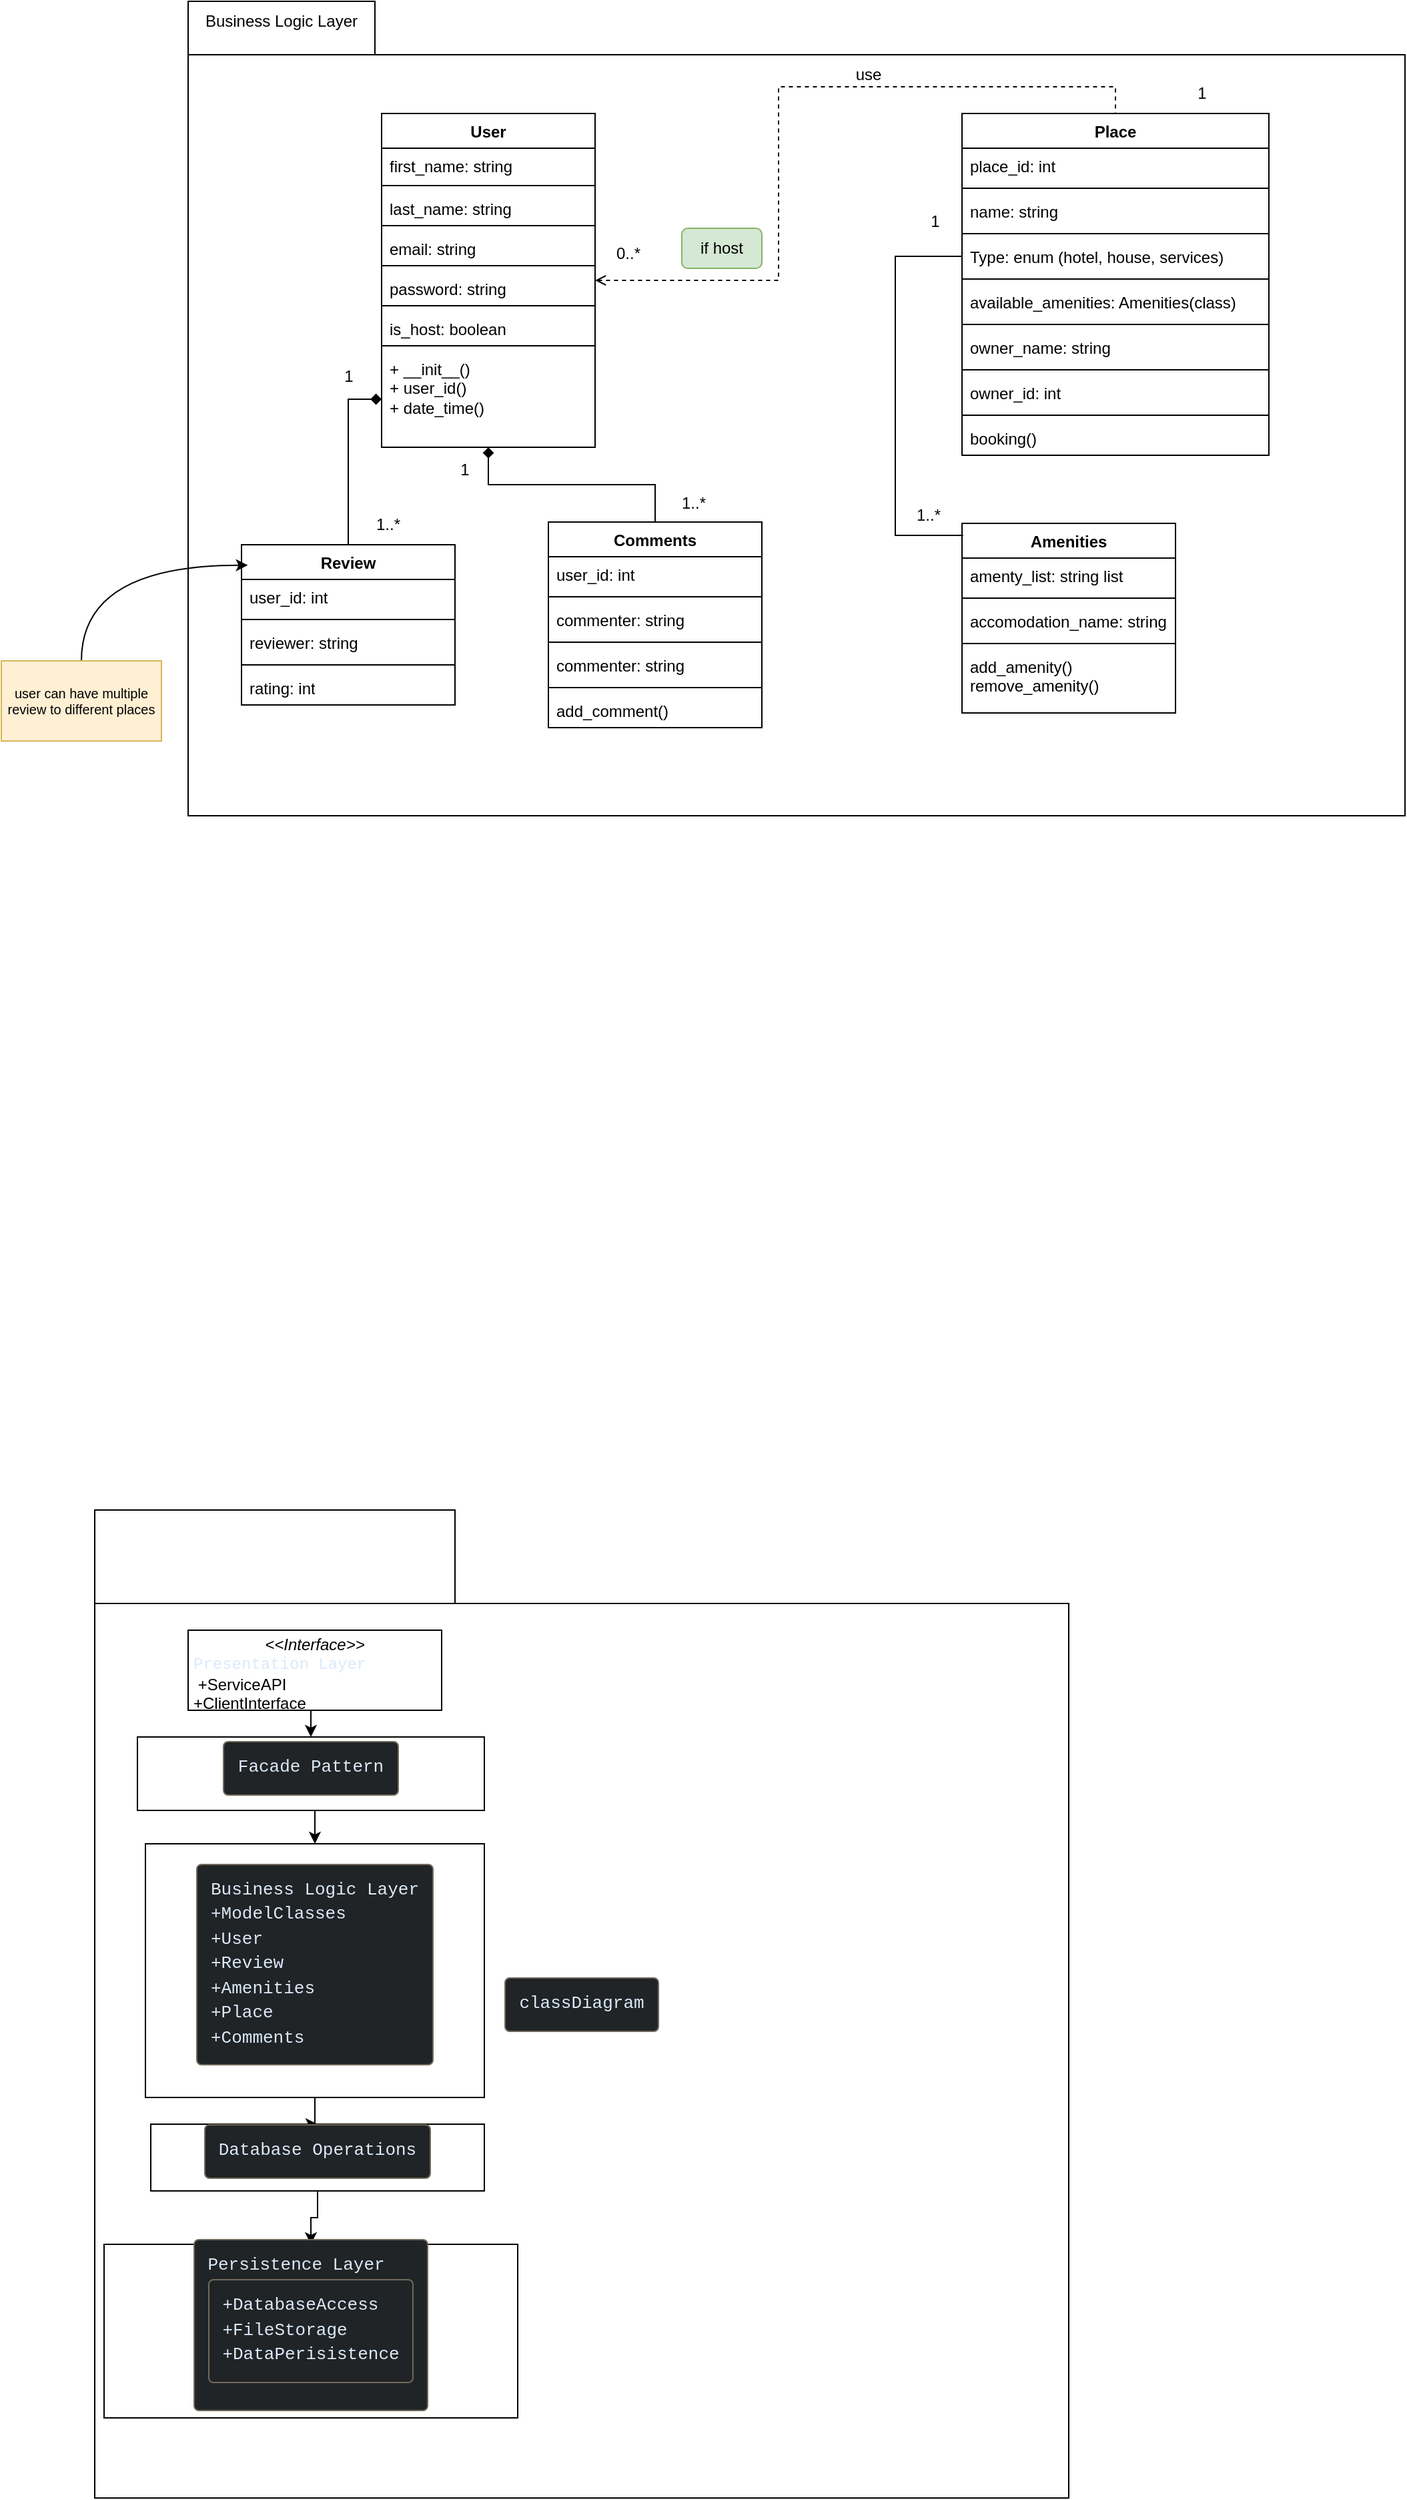
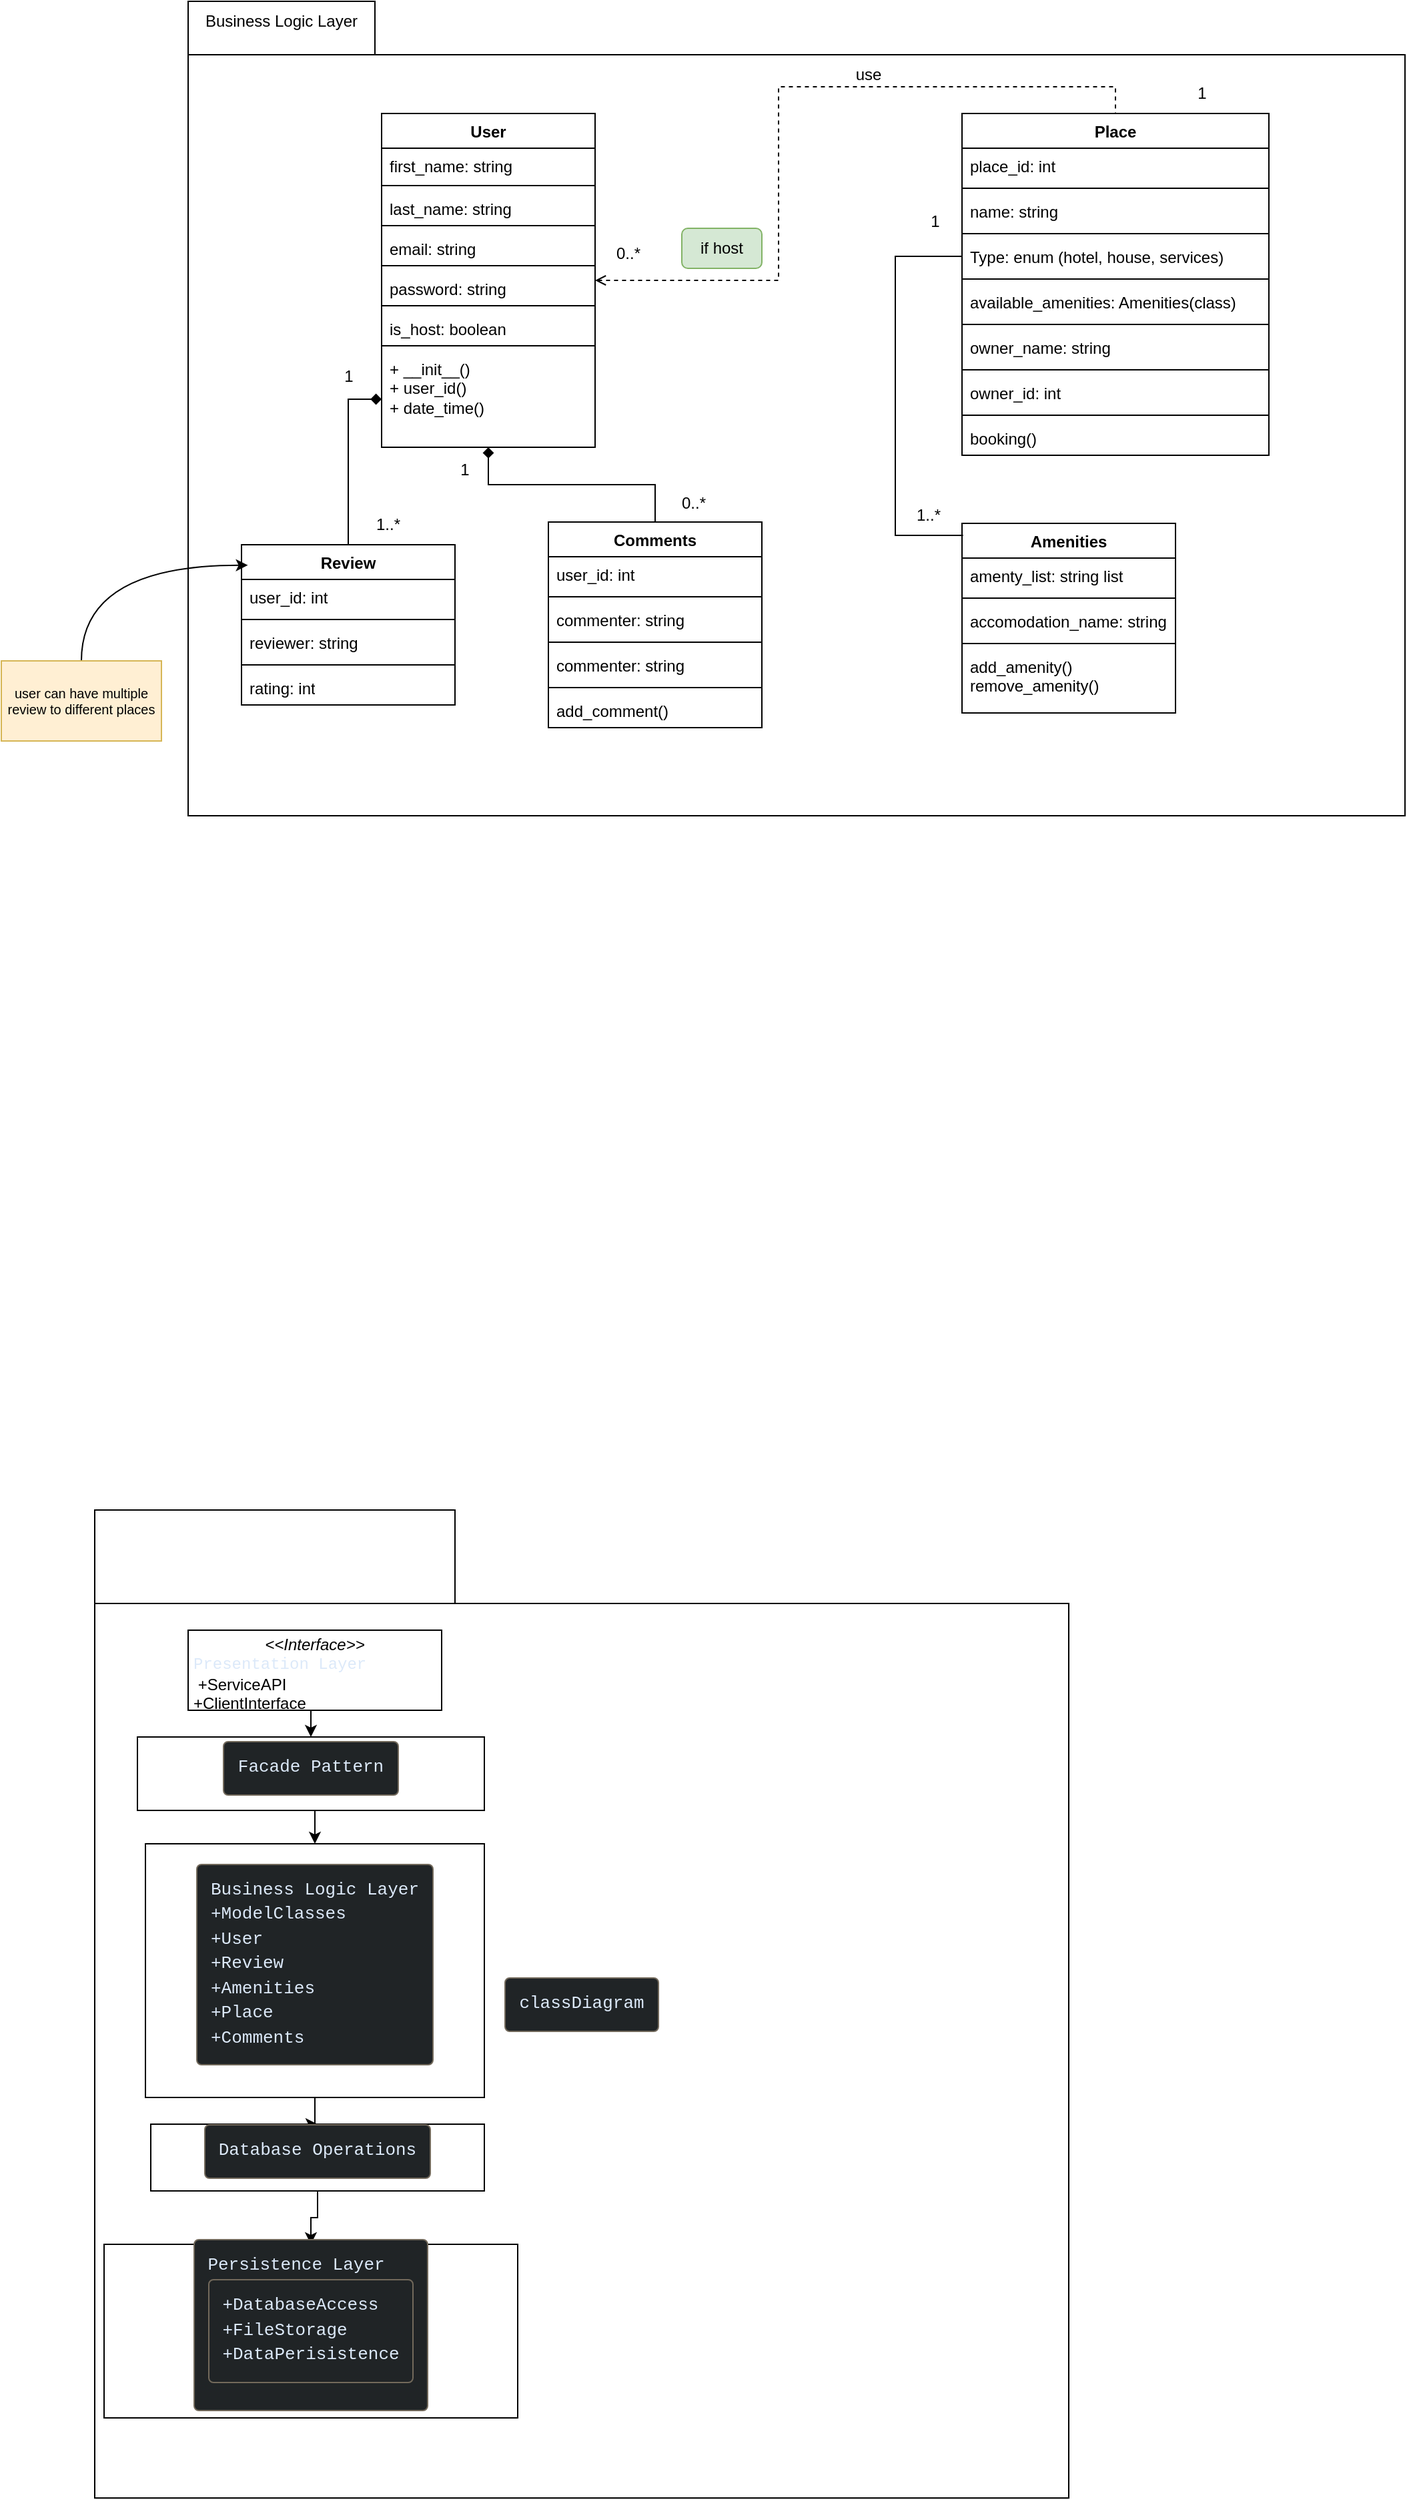
<mxfile host="app.diagrams.net">
  <diagram id="ltbA6WWBp3LRaSq-5ORm" name="Page-1">
-     <mxGraphModel dx="714" dy="1591" grid="1" gridSize="10" guides="1" tooltips="1" connect="1" arrows="1" fold="1" page="1" pageScale="1" pageWidth="850" pageHeight="1100" math="0" shadow="0">
+     <mxGraphModel dx="1283" dy="1726" grid="1" gridSize="10" guides="1" tooltips="1" connect="1" arrows="1" fold="1" page="1" pageScale="1" pageWidth="850" pageHeight="1100" math="0" shadow="0">
      <root>
        <mxCell id="0" />
        <mxCell id="1" parent="0" />
        <mxCell id="G2LW6t1l3yR2lz-vioTT-1" parent="1" style="shape=folder;fontStyle=1;spacingTop=10;tabWidth=140;tabHeight=40;tabPosition=left;html=1;whiteSpace=wrap;" value="" vertex="1">
          <mxGeometry height="610" width="912" x="180" y="-450" as="geometry" />
        </mxCell>
        <mxCell id="Qc-xl6jv6DDGC1pgQnW8-32" parent="1" style="rounded=1;whiteSpace=wrap;html=1;fillColor=#d5e8d4;strokeColor=#82b366;" value="if host" vertex="1">
          <mxGeometry height="30" width="60" x="550" y="-280" as="geometry" />
        </mxCell>
        <mxCell id="Qc-xl6jv6DDGC1pgQnW8-27" edge="1" parent="1" source="TRXBdDGxTs-NISdQ8IEX-1" style="edgeStyle=orthogonalEdgeStyle;rounded=0;orthogonalLoop=1;jettySize=auto;html=1;endArrow=none;endFill=0;startArrow=diamond;startFill=1;" target="TRXBdDGxTs-NISdQ8IEX-35">
          <mxGeometry relative="1" as="geometry" />
        </mxCell>
        <mxCell id="Qc-xl6jv6DDGC1pgQnW8-29" edge="1" parent="1" source="TRXBdDGxTs-NISdQ8IEX-1" style="edgeStyle=orthogonalEdgeStyle;rounded=0;orthogonalLoop=1;jettySize=auto;html=1;entryX=0.5;entryY=0;entryDx=0;entryDy=0;endArrow=none;endFill=0;dashed=1;startArrow=open;startFill=0;" target="TRXBdDGxTs-NISdQ8IEX-27">
          <mxGeometry relative="1" as="geometry" />
        </mxCell>
        <mxCell id="TRXBdDGxTs-NISdQ8IEX-1" parent="1" style="swimlane;fontStyle=1;align=center;verticalAlign=top;childLayout=stackLayout;horizontal=1;startSize=26;horizontalStack=0;resizeParent=1;resizeParentMax=0;resizeLast=0;collapsible=1;marginBottom=0;whiteSpace=wrap;html=1;" value="User" vertex="1">
          <mxGeometry height="250" width="160" x="325" y="-366" as="geometry" />
        </mxCell>
        <mxCell id="TRXBdDGxTs-NISdQ8IEX-2" parent="TRXBdDGxTs-NISdQ8IEX-1" style="text;strokeColor=none;fillColor=none;align=left;verticalAlign=top;spacingLeft=4;spacingRight=4;overflow=hidden;rotatable=0;points=[[0,0.5],[1,0.5]];portConstraint=eastwest;whiteSpace=wrap;html=1;" value="first_name: string&lt;div&gt;&lt;br&gt;&lt;/div&gt;" vertex="1">
          <mxGeometry height="24" width="160" y="26" as="geometry" />
        </mxCell>
        <mxCell id="TRXBdDGxTs-NISdQ8IEX-3" parent="TRXBdDGxTs-NISdQ8IEX-1" style="line;strokeWidth=1;fillColor=none;align=left;verticalAlign=middle;spacingTop=-1;spacingLeft=3;spacingRight=3;rotatable=0;labelPosition=right;points=[];portConstraint=eastwest;strokeColor=inherit;" value="" vertex="1">
          <mxGeometry height="8" width="160" y="50" as="geometry" />
        </mxCell>
        <mxCell id="TRXBdDGxTs-NISdQ8IEX-4" parent="TRXBdDGxTs-NISdQ8IEX-1" style="text;strokeColor=none;fillColor=none;align=left;verticalAlign=top;spacingLeft=4;spacingRight=4;overflow=hidden;rotatable=0;points=[[0,0.5],[1,0.5]];portConstraint=eastwest;whiteSpace=wrap;html=1;" value="&lt;div&gt;last_name: string&lt;/div&gt;" vertex="1">
          <mxGeometry height="22" width="160" y="58" as="geometry" />
        </mxCell>
        <mxCell id="TRXBdDGxTs-NISdQ8IEX-5" parent="TRXBdDGxTs-NISdQ8IEX-1" style="line;strokeWidth=1;fillColor=none;align=left;verticalAlign=middle;spacingTop=-1;spacingLeft=3;spacingRight=3;rotatable=0;labelPosition=right;points=[];portConstraint=eastwest;strokeColor=inherit;" value="" vertex="1">
          <mxGeometry height="8" width="160" y="80" as="geometry" />
        </mxCell>
        <mxCell id="TRXBdDGxTs-NISdQ8IEX-6" parent="TRXBdDGxTs-NISdQ8IEX-1" style="text;strokeColor=none;fillColor=none;align=left;verticalAlign=top;spacingLeft=4;spacingRight=4;overflow=hidden;rotatable=0;points=[[0,0.5],[1,0.5]];portConstraint=eastwest;whiteSpace=wrap;html=1;" value="&lt;div&gt;email: string&lt;/div&gt;" vertex="1">
          <mxGeometry height="22" width="160" y="88" as="geometry" />
        </mxCell>
        <mxCell id="TRXBdDGxTs-NISdQ8IEX-7" parent="TRXBdDGxTs-NISdQ8IEX-1" style="line;strokeWidth=1;fillColor=none;align=left;verticalAlign=middle;spacingTop=-1;spacingLeft=3;spacingRight=3;rotatable=0;labelPosition=right;points=[];portConstraint=eastwest;strokeColor=inherit;" value="" vertex="1">
          <mxGeometry height="8" width="160" y="110" as="geometry" />
        </mxCell>
        <mxCell id="TRXBdDGxTs-NISdQ8IEX-8" parent="TRXBdDGxTs-NISdQ8IEX-1" style="text;strokeColor=none;fillColor=none;align=left;verticalAlign=top;spacingLeft=4;spacingRight=4;overflow=hidden;rotatable=0;points=[[0,0.5],[1,0.5]];portConstraint=eastwest;whiteSpace=wrap;html=1;" value="&lt;div&gt;password: string&lt;/div&gt;" vertex="1">
          <mxGeometry height="22" width="160" y="118" as="geometry" />
        </mxCell>
        <mxCell id="TRXBdDGxTs-NISdQ8IEX-9" parent="TRXBdDGxTs-NISdQ8IEX-1" style="line;strokeWidth=1;fillColor=none;align=left;verticalAlign=middle;spacingTop=-1;spacingLeft=3;spacingRight=3;rotatable=0;labelPosition=right;points=[];portConstraint=eastwest;strokeColor=inherit;" value="" vertex="1">
          <mxGeometry height="8" width="160" y="140" as="geometry" />
        </mxCell>
        <mxCell id="TRXBdDGxTs-NISdQ8IEX-10" parent="TRXBdDGxTs-NISdQ8IEX-1" style="text;strokeColor=none;fillColor=none;align=left;verticalAlign=top;spacingLeft=4;spacingRight=4;overflow=hidden;rotatable=0;points=[[0,0.5],[1,0.5]];portConstraint=eastwest;whiteSpace=wrap;html=1;" value="&lt;div&gt;is_host: boolean&lt;/div&gt;" vertex="1">
          <mxGeometry height="22" width="160" y="148" as="geometry" />
        </mxCell>
        <mxCell id="TRXBdDGxTs-NISdQ8IEX-11" parent="TRXBdDGxTs-NISdQ8IEX-1" style="line;strokeWidth=1;fillColor=none;align=left;verticalAlign=middle;spacingTop=-1;spacingLeft=3;spacingRight=3;rotatable=0;labelPosition=right;points=[];portConstraint=eastwest;strokeColor=inherit;" value="" vertex="1">
          <mxGeometry height="8" width="160" y="170" as="geometry" />
        </mxCell>
        <mxCell id="TRXBdDGxTs-NISdQ8IEX-12" parent="TRXBdDGxTs-NISdQ8IEX-1" style="text;strokeColor=none;fillColor=none;align=left;verticalAlign=top;spacingLeft=4;spacingRight=4;overflow=hidden;rotatable=0;points=[[0,0.5],[1,0.5]];portConstraint=eastwest;whiteSpace=wrap;html=1;" value="+ __init__()&lt;div&gt;+ user_id()&lt;/div&gt;&lt;div&gt;+ date_time()&lt;/div&gt;" vertex="1">
          <mxGeometry height="72" width="160" y="178" as="geometry" />
        </mxCell>
        <mxCell id="TRXBdDGxTs-NISdQ8IEX-13" parent="1" style="shape=folder;fontStyle=1;spacingTop=10;tabWidth=270;tabHeight=70;tabPosition=left;html=1;whiteSpace=wrap;" value="&lt;pre style=&quot;box-sizing: border-box; overflow: auto; font-family: Menlo, Monaco, Consolas, &amp;quot;Courier New&amp;quot;, monospace; font-size: 13px; margin: 0px 0px 10px; line-height: 1.42857; color: rgb(220, 233, 249); word-break: break-all; overflow-wrap: break-word; border-width: 1px; border-style: solid; border-image: initial; scrollbar-color: rgb(95, 99, 104) rgb(49, 54, 60); font-weight: 400; text-align: start; padding: 10px !important; background-color: rgb(32, 36, 38) !important; border-color: rgb(114, 105, 91) !important; border-radius: 4px !important;&quot;&gt;&lt;code class=&quot;mermaid language-mermaid&quot; style=&quot;box-sizing: border-box; font-family: Menlo, Monaco, Consolas, &amp;quot;Courier New&amp;quot;, monospace; font-size: inherit; padding: 0px; border-radius: 0px; white-space: pre-wrap; scrollbar-color: rgb(95, 99, 104) rgb(49, 54, 60); background-color: transparent !important;&quot;&gt;classDiagram&lt;/code&gt;&lt;/pre&gt;" vertex="1">
          <mxGeometry height="740" width="730" x="110" y="680" as="geometry" />
        </mxCell>
        <mxCell id="TRXBdDGxTs-NISdQ8IEX-14" edge="1" parent="1" source="TRXBdDGxTs-NISdQ8IEX-20" style="edgeStyle=orthogonalEdgeStyle;rounded=0;orthogonalLoop=1;jettySize=auto;html=1;exitX=0.5;exitY=1;exitDx=0;exitDy=0;entryX=0.5;entryY=0;entryDx=0;entryDy=0;" target="TRXBdDGxTs-NISdQ8IEX-17">
          <mxGeometry relative="1" as="geometry" />
        </mxCell>
        <mxCell id="TRXBdDGxTs-NISdQ8IEX-15" parent="1" style="verticalAlign=top;align=left;overflow=fill;html=1;whiteSpace=wrap;" value="&lt;p style=&quot;margin:0px;margin-top:4px;text-align:center;&quot;&gt;&lt;i&gt;&amp;lt;&amp;lt;Interface&amp;gt;&amp;gt;&lt;/i&gt;&lt;br&gt;&lt;/p&gt;&lt;p style=&quot;margin:0px;margin-left:4px;&quot;&gt;&lt;span style=&quot;background-color: transparent; font-family: Menlo, Monaco, Consolas, &amp;quot;Courier New&amp;quot;, monospace; font-size: inherit; white-space: pre-wrap; color: rgb(220, 233, 249); --dm-inline-bgcolor: transparent;&quot; data-dm-inline-bgcolor=&quot;&quot;&gt;Presentation Layer&lt;/span&gt;&lt;/p&gt;&lt;p style=&quot;margin:0px;margin-left:4px;&quot;&gt;&amp;nbsp;+ServiceAPI&lt;br&gt;+ClientInterface&lt;/p&gt;" vertex="1">
          <mxGeometry height="60" width="190" x="180" y="770" as="geometry" />
        </mxCell>
        <mxCell id="TRXBdDGxTs-NISdQ8IEX-16" edge="1" parent="1" source="TRXBdDGxTs-NISdQ8IEX-22" style="edgeStyle=orthogonalEdgeStyle;rounded=0;orthogonalLoop=1;jettySize=auto;html=1;exitX=0.5;exitY=1;exitDx=0;exitDy=0;" target="TRXBdDGxTs-NISdQ8IEX-18">
          <mxGeometry relative="1" as="geometry" />
        </mxCell>
        <mxCell id="TRXBdDGxTs-NISdQ8IEX-17" parent="1" style="html=1;whiteSpace=wrap;" value="&lt;pre style=&quot;box-sizing: border-box; overflow: auto; font-family: Menlo, Monaco, Consolas, &amp;quot;Courier New&amp;quot;, monospace; font-size: 13px; margin: 0px 0px 10px; line-height: 1.42857; color: rgb(220, 233, 249); word-break: break-all; overflow-wrap: break-word; border: 1px solid rgb(114, 105, 91); scrollbar-color: rgb(95, 99, 104) rgb(49, 54, 60); text-align: start; background-color: rgb(32, 36, 38); padding: 10px !important; border-radius: 4px !important;&quot;&gt;&lt;code class=&quot;mermaid language-mermaid&quot; style=&quot;box-sizing: border-box; font-family: Menlo, Monaco, Consolas, &amp;quot;Courier New&amp;quot;, monospace; font-size: inherit; padding: 0px; border-radius: 0px; white-space: pre-wrap; scrollbar-color: rgb(95, 99, 104) rgb(49, 54, 60); background-color: transparent !important; --dm-inline-bgcolor: transparent;&quot; data-dm-inline-bgcolor=&quot;&quot;&gt;Business Logic Layer&lt;br&gt;+&lt;/code&gt;ModelClasses&lt;br&gt;+User&lt;br&gt;+Review&lt;br&gt;+Amenities&lt;br&gt;+Place&lt;br&gt;+Comments&lt;/pre&gt;" vertex="1">
          <mxGeometry height="190" width="254" x="148" y="930" as="geometry" />
        </mxCell>
        <mxCell id="TRXBdDGxTs-NISdQ8IEX-18" parent="1" style="html=1;whiteSpace=wrap;" value="&lt;pre style=&quot;box-sizing: border-box; overflow: auto; font-family: Menlo, Monaco, Consolas, &amp;quot;Courier New&amp;quot;, monospace; font-size: 13px; margin: 0px 0px 10px; line-height: 1.42857; color: rgb(220, 233, 249); word-break: break-all; overflow-wrap: break-word; border: 1px solid rgb(114, 105, 91); scrollbar-color: rgb(95, 99, 104) rgb(49, 54, 60); text-align: start; background-color: rgb(32, 36, 38); padding: 10px !important; border-radius: 4px !important;&quot;&gt;&lt;code class=&quot;mermaid language-mermaid&quot; style=&quot;box-sizing: border-box; font-family: Menlo, Monaco, Consolas, &amp;quot;Courier New&amp;quot;, monospace; font-size: inherit; padding: 0px; border-radius: 0px; white-space: pre-wrap; scrollbar-color: rgb(95, 99, 104) rgb(49, 54, 60); background-color: transparent !important; --dm-inline-bgcolor: transparent;&quot; data-dm-inline-bgcolor=&quot;&quot;&gt;Persistence Layer&lt;br&gt;&lt;pre style=&quot;box-sizing: border-box; overflow: auto; font-family: Menlo, Monaco, Consolas, &amp;quot;Courier New&amp;quot;, monospace; margin: 0px 0px 10px; line-height: 1.42857; color: rgb(220, 233, 249); word-break: break-all; overflow-wrap: break-word; border: 1px solid rgb(114, 105, 91); scrollbar-color: rgb(95, 99, 104) rgb(49, 54, 60); background-color: rgb(32, 36, 38); padding: 10px !important; border-radius: 4px !important;&quot;&gt;&lt;code class=&quot;mermaid language-mermaid&quot; style=&quot;box-sizing: border-box; font-family: Menlo, Monaco, Consolas, &amp;quot;Courier New&amp;quot;, monospace; font-size: inherit; padding: 0px; border-radius: 0px; white-space: pre-wrap; scrollbar-color: rgb(95, 99, 104) rgb(49, 54, 60); background-color: transparent !important; --dm-inline-bgcolor: transparent;&quot; data-dm-inline-bgcolor=&quot;&quot;&gt;+DatabaseAccess&lt;br&gt;+FileStorage&lt;br&gt;+DataPerisistence&lt;/code&gt;&lt;/pre&gt;&lt;/code&gt;&lt;/pre&gt;" vertex="1">
          <mxGeometry height="130" width="310" x="117" y="1230" as="geometry" />
        </mxCell>
        <mxCell id="TRXBdDGxTs-NISdQ8IEX-19" edge="1" parent="1" source="TRXBdDGxTs-NISdQ8IEX-15" style="edgeStyle=orthogonalEdgeStyle;rounded=0;orthogonalLoop=1;jettySize=auto;html=1;exitX=0.5;exitY=1;exitDx=0;exitDy=0;entryX=0.5;entryY=0;entryDx=0;entryDy=0;" target="TRXBdDGxTs-NISdQ8IEX-20" value="">
          <mxGeometry relative="1" as="geometry">
            <mxPoint x="275" y="830" as="sourcePoint" />
            <mxPoint x="275" y="930" as="targetPoint" />
          </mxGeometry>
        </mxCell>
        <mxCell id="TRXBdDGxTs-NISdQ8IEX-20" parent="1" style="html=1;whiteSpace=wrap;" value="&lt;pre style=&quot;box-sizing: border-box; overflow: auto; font-family: Menlo, Monaco, Consolas, &amp;quot;Courier New&amp;quot;, monospace; font-size: 13px; margin: 0px 0px 10px; line-height: 1.42857; color: rgb(220, 233, 249); word-break: break-all; overflow-wrap: break-word; border-width: 1px; border-style: solid; border-image: initial; scrollbar-color: rgb(95, 99, 104) rgb(49, 54, 60); text-align: start; padding: 10px !important; background-color: rgb(32, 36, 38) !important; border-color: rgb(114, 105, 91) !important; border-radius: 4px !important;&quot;&gt;&lt;code class=&quot;mermaid language-mermaid&quot; style=&quot;box-sizing: border-box; font-family: Menlo, Monaco, Consolas, &amp;quot;Courier New&amp;quot;, monospace; font-size: inherit; padding: 0px; border-radius: 0px; white-space: pre-wrap; scrollbar-color: rgb(95, 99, 104) rgb(49, 54, 60); background-color: transparent !important;&quot;&gt;Facade Pattern&lt;/code&gt;&lt;/pre&gt;" vertex="1">
          <mxGeometry height="55" width="260" x="142" y="850" as="geometry" />
        </mxCell>
        <mxCell id="TRXBdDGxTs-NISdQ8IEX-21" edge="1" parent="1" source="TRXBdDGxTs-NISdQ8IEX-17" style="edgeStyle=orthogonalEdgeStyle;rounded=0;orthogonalLoop=1;jettySize=auto;html=1;exitX=0.5;exitY=1;exitDx=0;exitDy=0;" target="TRXBdDGxTs-NISdQ8IEX-22" value="">
          <mxGeometry relative="1" as="geometry">
            <mxPoint x="275" y="1120" as="sourcePoint" />
            <mxPoint x="275" y="1190" as="targetPoint" />
          </mxGeometry>
        </mxCell>
        <mxCell id="TRXBdDGxTs-NISdQ8IEX-22" parent="1" style="html=1;whiteSpace=wrap;" value="&lt;pre style=&quot;box-sizing: border-box; overflow: auto; font-family: Menlo, Monaco, Consolas, &amp;quot;Courier New&amp;quot;, monospace; font-size: 13px; margin: 0px 0px 10px; line-height: 1.42857; color: rgb(220, 233, 249); word-break: break-all; overflow-wrap: break-word; border-width: 1px; border-style: solid; border-image: initial; scrollbar-color: rgb(95, 99, 104) rgb(49, 54, 60); text-align: start; padding: 10px !important; background-color: rgb(32, 36, 38) !important; border-color: rgb(114, 105, 91) !important; border-radius: 4px !important;&quot;&gt;&lt;code class=&quot;mermaid language-mermaid&quot; style=&quot;box-sizing: border-box; font-family: Menlo, Monaco, Consolas, &amp;quot;Courier New&amp;quot;, monospace; font-size: inherit; padding: 0px; border-radius: 0px; white-space: pre-wrap; scrollbar-color: rgb(95, 99, 104) rgb(49, 54, 60); background-color: transparent !important;&quot;&gt;Database Operations&lt;/code&gt;&lt;/pre&gt;" vertex="1">
          <mxGeometry height="50" width="250" x="152" y="1140" as="geometry" />
        </mxCell>
        <mxCell id="TRXBdDGxTs-NISdQ8IEX-23" parent="1" style="swimlane;fontStyle=1;align=center;verticalAlign=top;childLayout=stackLayout;horizontal=1;startSize=26;horizontalStack=0;resizeParent=1;resizeParentMax=0;resizeLast=0;collapsible=1;marginBottom=0;whiteSpace=wrap;html=1;" value="Amenities" vertex="1">
          <mxGeometry height="142" width="160" x="760" y="-59" as="geometry" />
        </mxCell>
        <mxCell id="TRXBdDGxTs-NISdQ8IEX-24" parent="TRXBdDGxTs-NISdQ8IEX-23" style="text;strokeColor=none;fillColor=none;align=left;verticalAlign=top;spacingLeft=4;spacingRight=4;overflow=hidden;rotatable=0;points=[[0,0.5],[1,0.5]];portConstraint=eastwest;whiteSpace=wrap;html=1;" value="amenty_list: string list" vertex="1">
          <mxGeometry height="26" width="160" y="26" as="geometry" />
        </mxCell>
        <mxCell id="TRXBdDGxTs-NISdQ8IEX-25" parent="TRXBdDGxTs-NISdQ8IEX-23" style="line;strokeWidth=1;fillColor=none;align=left;verticalAlign=middle;spacingTop=-1;spacingLeft=3;spacingRight=3;rotatable=0;labelPosition=right;points=[];portConstraint=eastwest;strokeColor=inherit;" value="" vertex="1">
          <mxGeometry height="8" width="160" y="52" as="geometry" />
        </mxCell>
        <mxCell id="Qc-xl6jv6DDGC1pgQnW8-6" parent="TRXBdDGxTs-NISdQ8IEX-23" style="text;strokeColor=none;fillColor=none;align=left;verticalAlign=top;spacingLeft=4;spacingRight=4;overflow=hidden;rotatable=0;points=[[0,0.5],[1,0.5]];portConstraint=eastwest;whiteSpace=wrap;html=1;" value="accomodation_name: string" vertex="1">
          <mxGeometry height="26" width="160" y="60" as="geometry" />
        </mxCell>
        <mxCell id="Qc-xl6jv6DDGC1pgQnW8-13" parent="TRXBdDGxTs-NISdQ8IEX-23" style="line;strokeWidth=1;fillColor=none;align=left;verticalAlign=middle;spacingTop=-1;spacingLeft=3;spacingRight=3;rotatable=0;labelPosition=right;points=[];portConstraint=eastwest;strokeColor=inherit;" value="" vertex="1">
          <mxGeometry height="8" width="160" y="86" as="geometry" />
        </mxCell>
        <mxCell id="TRXBdDGxTs-NISdQ8IEX-26" parent="TRXBdDGxTs-NISdQ8IEX-23" style="text;strokeColor=none;fillColor=none;align=left;verticalAlign=top;spacingLeft=4;spacingRight=4;overflow=hidden;rotatable=0;points=[[0,0.5],[1,0.5]];portConstraint=eastwest;whiteSpace=wrap;html=1;" value="add_amenity()&lt;div&gt;remove_amenity()&lt;/div&gt;" vertex="1">
          <mxGeometry height="48" width="160" y="94" as="geometry" />
        </mxCell>
        <mxCell id="TRXBdDGxTs-NISdQ8IEX-27" parent="1" style="swimlane;fontStyle=1;align=center;verticalAlign=top;childLayout=stackLayout;horizontal=1;startSize=26;horizontalStack=0;resizeParent=1;resizeParentMax=0;resizeLast=0;collapsible=1;marginBottom=0;whiteSpace=wrap;html=1;" value="Place" vertex="1">
          <mxGeometry height="256" width="230" x="760" y="-366" as="geometry" />
        </mxCell>
        <mxCell id="Qc-xl6jv6DDGC1pgQnW8-40" parent="TRXBdDGxTs-NISdQ8IEX-27" style="text;strokeColor=none;fillColor=none;align=left;verticalAlign=top;spacingLeft=4;spacingRight=4;overflow=hidden;rotatable=0;points=[[0,0.5],[1,0.5]];portConstraint=eastwest;whiteSpace=wrap;html=1;" value="place_id: int" vertex="1">
          <mxGeometry height="26" width="230" y="26" as="geometry" />
        </mxCell>
        <mxCell id="Qc-xl6jv6DDGC1pgQnW8-41" parent="TRXBdDGxTs-NISdQ8IEX-27" style="line;strokeWidth=1;fillColor=none;align=left;verticalAlign=middle;spacingTop=-1;spacingLeft=3;spacingRight=3;rotatable=0;labelPosition=right;points=[];portConstraint=eastwest;strokeColor=inherit;" value="" vertex="1">
          <mxGeometry height="8" width="230" y="52" as="geometry" />
        </mxCell>
        <mxCell id="TRXBdDGxTs-NISdQ8IEX-28" parent="TRXBdDGxTs-NISdQ8IEX-27" style="text;strokeColor=none;fillColor=none;align=left;verticalAlign=top;spacingLeft=4;spacingRight=4;overflow=hidden;rotatable=0;points=[[0,0.5],[1,0.5]];portConstraint=eastwest;whiteSpace=wrap;html=1;" value="name: string" vertex="1">
          <mxGeometry height="26" width="230" y="60" as="geometry" />
        </mxCell>
        <mxCell id="TRXBdDGxTs-NISdQ8IEX-29" parent="TRXBdDGxTs-NISdQ8IEX-27" style="line;strokeWidth=1;fillColor=none;align=left;verticalAlign=middle;spacingTop=-1;spacingLeft=3;spacingRight=3;rotatable=0;labelPosition=right;points=[];portConstraint=eastwest;strokeColor=inherit;" value="" vertex="1">
          <mxGeometry height="8" width="230" y="86" as="geometry" />
        </mxCell>
        <mxCell id="TRXBdDGxTs-NISdQ8IEX-30" parent="TRXBdDGxTs-NISdQ8IEX-27" style="text;strokeColor=none;fillColor=none;align=left;verticalAlign=top;spacingLeft=4;spacingRight=4;overflow=hidden;rotatable=0;points=[[0,0.5],[1,0.5]];portConstraint=eastwest;whiteSpace=wrap;html=1;" value="Type: enum (hotel, house, services)" vertex="1">
          <mxGeometry height="26" width="230" y="94" as="geometry" />
        </mxCell>
        <mxCell id="Qc-xl6jv6DDGC1pgQnW8-15" parent="TRXBdDGxTs-NISdQ8IEX-27" style="line;strokeWidth=1;fillColor=none;align=left;verticalAlign=middle;spacingTop=-1;spacingLeft=3;spacingRight=3;rotatable=0;labelPosition=right;points=[];portConstraint=eastwest;strokeColor=inherit;" value="" vertex="1">
          <mxGeometry height="8" width="230" y="120" as="geometry" />
        </mxCell>
        <mxCell id="Qc-xl6jv6DDGC1pgQnW8-26" parent="TRXBdDGxTs-NISdQ8IEX-27" style="text;strokeColor=none;fillColor=none;align=left;verticalAlign=top;spacingLeft=4;spacingRight=4;overflow=hidden;rotatable=0;points=[[0,0.5],[1,0.5]];portConstraint=eastwest;whiteSpace=wrap;html=1;" value="available_amenities: Amenities(class)" vertex="1">
          <mxGeometry height="26" width="230" y="128" as="geometry" />
        </mxCell>
        <mxCell id="Qc-xl6jv6DDGC1pgQnW8-14" parent="TRXBdDGxTs-NISdQ8IEX-27" style="line;strokeWidth=1;fillColor=none;align=left;verticalAlign=middle;spacingTop=-1;spacingLeft=3;spacingRight=3;rotatable=0;labelPosition=right;points=[];portConstraint=eastwest;strokeColor=inherit;" value="" vertex="1">
          <mxGeometry height="8" width="230" y="154" as="geometry" />
        </mxCell>
        <mxCell id="Qc-xl6jv6DDGC1pgQnW8-16" parent="TRXBdDGxTs-NISdQ8IEX-27" style="text;strokeColor=none;fillColor=none;align=left;verticalAlign=top;spacingLeft=4;spacingRight=4;overflow=hidden;rotatable=0;points=[[0,0.5],[1,0.5]];portConstraint=eastwest;whiteSpace=wrap;html=1;" value="owner_name: string" vertex="1">
          <mxGeometry height="26" width="230" y="162" as="geometry" />
        </mxCell>
        <mxCell id="Qc-xl6jv6DDGC1pgQnW8-17" parent="TRXBdDGxTs-NISdQ8IEX-27" style="line;strokeWidth=1;fillColor=none;align=left;verticalAlign=middle;spacingTop=-1;spacingLeft=3;spacingRight=3;rotatable=0;labelPosition=right;points=[];portConstraint=eastwest;strokeColor=inherit;" value="" vertex="1">
          <mxGeometry height="8" width="230" y="188" as="geometry" />
        </mxCell>
        <mxCell id="Qc-xl6jv6DDGC1pgQnW8-12" parent="TRXBdDGxTs-NISdQ8IEX-27" style="text;strokeColor=none;fillColor=none;align=left;verticalAlign=top;spacingLeft=4;spacingRight=4;overflow=hidden;rotatable=0;points=[[0,0.5],[1,0.5]];portConstraint=eastwest;whiteSpace=wrap;html=1;" value="owner_id: int" vertex="1">
          <mxGeometry height="26" width="230" y="196" as="geometry" />
        </mxCell>
        <mxCell id="Qc-xl6jv6DDGC1pgQnW8-20" parent="TRXBdDGxTs-NISdQ8IEX-27" style="line;strokeWidth=1;fillColor=none;align=left;verticalAlign=middle;spacingTop=-1;spacingLeft=3;spacingRight=3;rotatable=0;labelPosition=right;points=[];portConstraint=eastwest;strokeColor=inherit;" value="" vertex="1">
          <mxGeometry height="8" width="230" y="222" as="geometry" />
        </mxCell>
        <mxCell id="Qc-xl6jv6DDGC1pgQnW8-19" parent="TRXBdDGxTs-NISdQ8IEX-27" style="text;strokeColor=none;fillColor=none;align=left;verticalAlign=top;spacingLeft=4;spacingRight=4;overflow=hidden;rotatable=0;points=[[0,0.5],[1,0.5]];portConstraint=eastwest;whiteSpace=wrap;html=1;" value="booking()" vertex="1">
          <mxGeometry height="26" width="230" y="230" as="geometry" />
        </mxCell>
        <mxCell id="TRXBdDGxTs-NISdQ8IEX-35" parent="1" style="swimlane;fontStyle=1;align=center;verticalAlign=top;childLayout=stackLayout;horizontal=1;startSize=26;horizontalStack=0;resizeParent=1;resizeParentMax=0;resizeLast=0;collapsible=1;marginBottom=0;whiteSpace=wrap;html=1;" value="Comments" vertex="1">
          <mxGeometry height="154" width="160" x="450" y="-60" as="geometry" />
        </mxCell>
        <mxCell id="TRXBdDGxTs-NISdQ8IEX-36" parent="TRXBdDGxTs-NISdQ8IEX-35" style="text;strokeColor=none;fillColor=none;align=left;verticalAlign=top;spacingLeft=4;spacingRight=4;overflow=hidden;rotatable=0;points=[[0,0.5],[1,0.5]];portConstraint=eastwest;whiteSpace=wrap;html=1;" value="user_id: int" vertex="1">
          <mxGeometry height="26" width="160" y="26" as="geometry" />
        </mxCell>
        <mxCell id="TRXBdDGxTs-NISdQ8IEX-37" parent="TRXBdDGxTs-NISdQ8IEX-35" style="line;strokeWidth=1;fillColor=none;align=left;verticalAlign=middle;spacingTop=-1;spacingLeft=3;spacingRight=3;rotatable=0;labelPosition=right;points=[];portConstraint=eastwest;strokeColor=inherit;" value="" vertex="1">
          <mxGeometry height="8" width="160" y="52" as="geometry" />
        </mxCell>
        <mxCell id="Qc-xl6jv6DDGC1pgQnW8-36" parent="TRXBdDGxTs-NISdQ8IEX-35" style="text;strokeColor=none;fillColor=none;align=left;verticalAlign=top;spacingLeft=4;spacingRight=4;overflow=hidden;rotatable=0;points=[[0,0.5],[1,0.5]];portConstraint=eastwest;whiteSpace=wrap;html=1;" value="commenter: string" vertex="1">
          <mxGeometry height="26" width="160" y="60" as="geometry" />
        </mxCell>
        <mxCell id="Qc-xl6jv6DDGC1pgQnW8-37" parent="TRXBdDGxTs-NISdQ8IEX-35" style="line;strokeWidth=1;fillColor=none;align=left;verticalAlign=middle;spacingTop=-1;spacingLeft=3;spacingRight=3;rotatable=0;labelPosition=right;points=[];portConstraint=eastwest;strokeColor=inherit;" value="" vertex="1">
          <mxGeometry height="8" width="160" y="86" as="geometry" />
        </mxCell>
        <mxCell id="Qc-xl6jv6DDGC1pgQnW8-22" parent="TRXBdDGxTs-NISdQ8IEX-35" style="text;strokeColor=none;fillColor=none;align=left;verticalAlign=top;spacingLeft=4;spacingRight=4;overflow=hidden;rotatable=0;points=[[0,0.5],[1,0.5]];portConstraint=eastwest;whiteSpace=wrap;html=1;" value="commenter: string" vertex="1">
          <mxGeometry height="26" width="160" y="94" as="geometry" />
        </mxCell>
        <mxCell id="Qc-xl6jv6DDGC1pgQnW8-23" parent="TRXBdDGxTs-NISdQ8IEX-35" style="line;strokeWidth=1;fillColor=none;align=left;verticalAlign=middle;spacingTop=-1;spacingLeft=3;spacingRight=3;rotatable=0;labelPosition=right;points=[];portConstraint=eastwest;strokeColor=inherit;" value="" vertex="1">
          <mxGeometry height="8" width="160" y="120" as="geometry" />
        </mxCell>
        <mxCell id="TRXBdDGxTs-NISdQ8IEX-38" parent="TRXBdDGxTs-NISdQ8IEX-35" style="text;strokeColor=none;fillColor=none;align=left;verticalAlign=top;spacingLeft=4;spacingRight=4;overflow=hidden;rotatable=0;points=[[0,0.5],[1,0.5]];portConstraint=eastwest;whiteSpace=wrap;html=1;" value="add_comment()" vertex="1">
          <mxGeometry height="26" width="160" y="128" as="geometry" />
        </mxCell>
        <mxCell id="Qc-xl6jv6DDGC1pgQnW8-1" parent="1" style="swimlane;fontStyle=1;align=center;verticalAlign=top;childLayout=stackLayout;horizontal=1;startSize=26;horizontalStack=0;resizeParent=1;resizeParentMax=0;resizeLast=0;collapsible=1;marginBottom=0;whiteSpace=wrap;html=1;" value="Review" vertex="1">
          <mxGeometry height="120" width="160" x="220" y="-43" as="geometry" />
        </mxCell>
        <mxCell id="Qc-xl6jv6DDGC1pgQnW8-38" parent="Qc-xl6jv6DDGC1pgQnW8-1" style="text;strokeColor=none;fillColor=none;align=left;verticalAlign=top;spacingLeft=4;spacingRight=4;overflow=hidden;rotatable=0;points=[[0,0.5],[1,0.5]];portConstraint=eastwest;whiteSpace=wrap;html=1;" value="user_id: int" vertex="1">
          <mxGeometry height="26" width="160" y="26" as="geometry" />
        </mxCell>
        <mxCell id="Qc-xl6jv6DDGC1pgQnW8-39" parent="Qc-xl6jv6DDGC1pgQnW8-1" style="line;strokeWidth=1;fillColor=none;align=left;verticalAlign=middle;spacingTop=-1;spacingLeft=3;spacingRight=3;rotatable=0;labelPosition=right;points=[];portConstraint=eastwest;strokeColor=inherit;" value="" vertex="1">
          <mxGeometry height="8" width="160" y="52" as="geometry" />
        </mxCell>
        <mxCell id="Qc-xl6jv6DDGC1pgQnW8-2" parent="Qc-xl6jv6DDGC1pgQnW8-1" style="text;strokeColor=none;fillColor=none;align=left;verticalAlign=top;spacingLeft=4;spacingRight=4;overflow=hidden;rotatable=0;points=[[0,0.5],[1,0.5]];portConstraint=eastwest;whiteSpace=wrap;html=1;" value="reviewer: string" vertex="1">
          <mxGeometry height="26" width="160" y="60" as="geometry" />
        </mxCell>
        <mxCell id="Qc-xl6jv6DDGC1pgQnW8-3" parent="Qc-xl6jv6DDGC1pgQnW8-1" style="line;strokeWidth=1;fillColor=none;align=left;verticalAlign=middle;spacingTop=-1;spacingLeft=3;spacingRight=3;rotatable=0;labelPosition=right;points=[];portConstraint=eastwest;strokeColor=inherit;" value="" vertex="1">
          <mxGeometry height="8" width="160" y="86" as="geometry" />
        </mxCell>
        <mxCell id="Qc-xl6jv6DDGC1pgQnW8-4" parent="Qc-xl6jv6DDGC1pgQnW8-1" style="text;strokeColor=none;fillColor=none;align=left;verticalAlign=top;spacingLeft=4;spacingRight=4;overflow=hidden;rotatable=0;points=[[0,0.5],[1,0.5]];portConstraint=eastwest;whiteSpace=wrap;html=1;" value="rating: int" vertex="1">
          <mxGeometry height="26" width="160" y="94" as="geometry" />
        </mxCell>
        <mxCell id="Qc-xl6jv6DDGC1pgQnW8-24" edge="1" parent="1" source="TRXBdDGxTs-NISdQ8IEX-30" style="edgeStyle=orthogonalEdgeStyle;rounded=0;orthogonalLoop=1;jettySize=auto;html=1;entryX=0.005;entryY=0.07;entryDx=0;entryDy=0;entryPerimeter=0;startArrow=none;startFill=0;endArrow=none;endFill=0;exitX=0;exitY=0.5;exitDx=0;exitDy=0;" target="TRXBdDGxTs-NISdQ8IEX-23">
          <mxGeometry relative="1" as="geometry">
            <Array as="points">
              <mxPoint x="710" y="-259" />
              <mxPoint x="710" y="-50" />
              <mxPoint x="761" y="-50" />
            </Array>
            <mxPoint x="870" y="-250" as="sourcePoint" />
            <mxPoint x="740" y="-70" as="targetPoint" />
          </mxGeometry>
        </mxCell>
        <mxCell id="Qc-xl6jv6DDGC1pgQnW8-28" edge="1" parent="1" source="TRXBdDGxTs-NISdQ8IEX-12" style="edgeStyle=orthogonalEdgeStyle;rounded=0;orthogonalLoop=1;jettySize=auto;html=1;entryX=0.5;entryY=0;entryDx=0;entryDy=0;endArrow=none;endFill=0;startArrow=diamond;startFill=1;" target="Qc-xl6jv6DDGC1pgQnW8-1">
          <mxGeometry relative="1" as="geometry" />
        </mxCell>
        <mxCell id="Qc-xl6jv6DDGC1pgQnW8-33" parent="1" style="text;html=1;whiteSpace=wrap;strokeColor=none;fillColor=none;align=center;verticalAlign=middle;rounded=0;" value="use" vertex="1">
          <mxGeometry height="30" width="60" x="660" y="-410" as="geometry" />
        </mxCell>
        <mxCell id="SmUk0WE4a00IHk_lRsVr-1" parent="1" style="text;html=1;whiteSpace=wrap;strokeColor=none;fillColor=none;align=center;verticalAlign=middle;rounded=0;" value="0..*" vertex="1">
          <mxGeometry height="30" width="60" x="480" y="-276" as="geometry" />
        </mxCell>
        <mxCell id="SmUk0WE4a00IHk_lRsVr-2" parent="1" style="text;html=1;whiteSpace=wrap;strokeColor=none;fillColor=none;align=center;verticalAlign=middle;rounded=0;" value="1" vertex="1">
          <mxGeometry height="30" width="60" x="910" y="-396" as="geometry" />
        </mxCell>
        <mxCell id="oMLWTCMjyaFDdx6GEP5y-1" parent="1" style="text;html=1;whiteSpace=wrap;strokeColor=none;fillColor=none;align=center;verticalAlign=middle;rounded=0;" value="1" vertex="1">
          <mxGeometry height="21" width="35" x="370" y="-110" as="geometry" />
        </mxCell>
        <mxCell id="SmUk0WE4a00IHk_lRsVr-3" parent="1" style="text;html=1;whiteSpace=wrap;strokeColor=none;fillColor=none;align=center;verticalAlign=middle;rounded=0;" value="1" vertex="1">
          <mxGeometry height="30" width="60" x="710" y="-300" as="geometry" />
        </mxCell>
-         <mxCell id="oMLWTCMjyaFDdx6GEP5y-2" parent="1" style="text;html=1;whiteSpace=wrap;strokeColor=none;fillColor=none;align=center;verticalAlign=middle;rounded=0;" value="1..*" vertex="1">
+         <mxCell id="oMLWTCMjyaFDdx6GEP5y-2" parent="1" style="text;html=1;whiteSpace=wrap;strokeColor=none;fillColor=none;align=center;verticalAlign=middle;rounded=0;" value="0..*" vertex="1">
          <mxGeometry height="30" width="60" x="529" y="-89" as="geometry" />
        </mxCell>
        <mxCell id="SmUk0WE4a00IHk_lRsVr-4" parent="1" style="text;html=1;whiteSpace=wrap;strokeColor=none;fillColor=none;align=center;verticalAlign=middle;rounded=0;" value="1..*" vertex="1">
          <mxGeometry height="30" width="50" x="710" y="-80" as="geometry" />
        </mxCell>
        <mxCell id="oMLWTCMjyaFDdx6GEP5y-3" parent="1" style="text;html=1;whiteSpace=wrap;strokeColor=none;fillColor=none;align=center;verticalAlign=middle;rounded=0;" value="1" vertex="1">
          <mxGeometry height="21" width="35" x="282.5" y="-180" as="geometry" />
        </mxCell>
        <mxCell id="oMLWTCMjyaFDdx6GEP5y-4" parent="1" style="text;html=1;whiteSpace=wrap;strokeColor=none;fillColor=none;align=center;verticalAlign=middle;rounded=0;" value="1..*" vertex="1">
          <mxGeometry height="30" width="60" x="300" y="-73" as="geometry" />
        </mxCell>
        <mxCell id="G2LW6t1l3yR2lz-vioTT-3" parent="1" style="text;html=1;whiteSpace=wrap;strokeColor=none;fillColor=none;align=center;verticalAlign=middle;rounded=0;" value="Business Logic Layer" vertex="1">
          <mxGeometry height="30" width="140" x="180" y="-450" as="geometry" />
        </mxCell>
        <mxCell id="edcSE9v4uRvSrk_5zedf-1" edge="1" parent="1" source="edcSE9v4uRvSrk_5zedf-2" style="edgeStyle=orthogonalEdgeStyle;rounded=0;orthogonalLoop=1;jettySize=auto;html=1;entryX=0.03;entryY=0.128;entryDx=0;entryDy=0;curved=1;entryPerimeter=0;exitX=0.5;exitY=0;exitDx=0;exitDy=0;" target="Qc-xl6jv6DDGC1pgQnW8-1">
          <mxGeometry relative="1" as="geometry">
            <mxPoint x="200" y="-10" as="targetPoint" />
          </mxGeometry>
        </mxCell>
        <mxCell id="edcSE9v4uRvSrk_5zedf-2" parent="1" style="rounded=0;whiteSpace=wrap;html=1;fillColor=#FFEFD3;strokeColor=#d6b656;fontSize=10;" value="user can have multiple review to different places" vertex="1">
          <mxGeometry height="60" width="120" x="40" y="44" as="geometry" />
        </mxCell>
      </root>
    </mxGraphModel>
  </diagram>
</mxfile>
